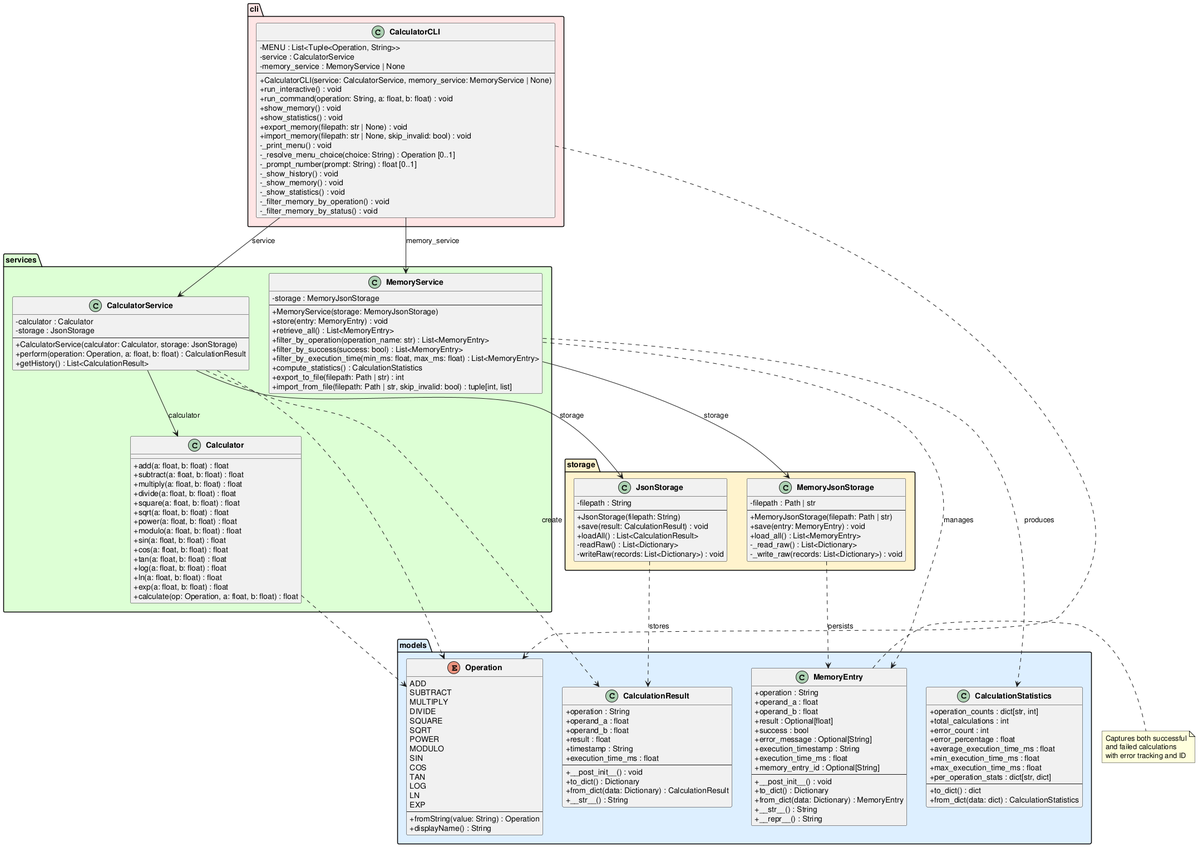
Above: experiments/pipeline/structured_text/calculator/artifacts/class_diagram.png in DanielRiha8906/Software_autoevolution_using_agents (PlantUML), before the change.
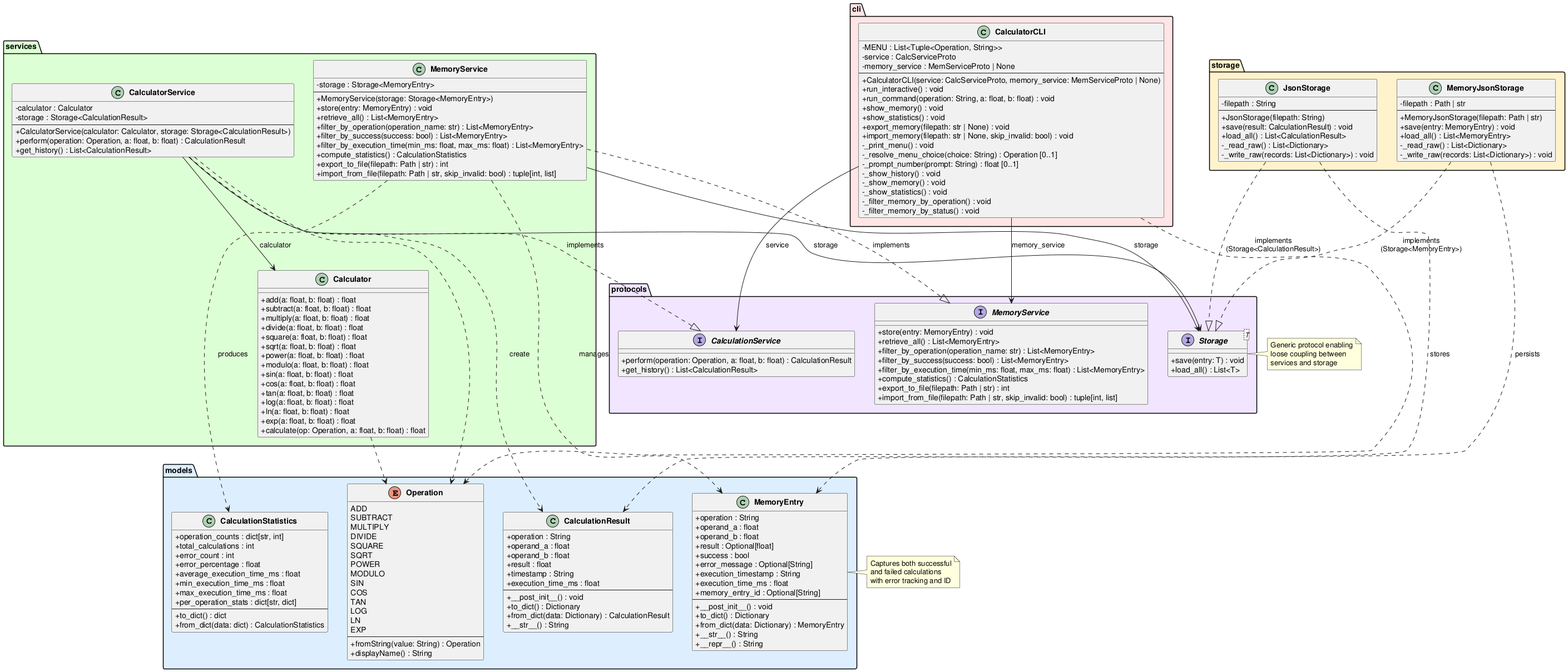
Later version of the same file.

The edit, as a diff of the source:
```diff
@@ -71,6 +71,29 @@
     }
 }
 
+package "protocols" #F0E5FF {
+    interface "Storage<T>" as StorageProto {
+        +save(entry: T) : void
+        +load_all() : List<T>
+    }
+
+    interface "CalculationService" as CalcServiceProto {
+        +perform(operation: Operation, a: float, b: float) : CalculationResult
+        +get_history() : List<CalculationResult>
+    }
+
+    interface "MemoryService" as MemServiceProto {
+        +store(entry: MemoryEntry) : void
+        +retrieve_all() : List<MemoryEntry>
+        +filter_by_operation(operation_name: str) : List<MemoryEntry>
+        +filter_by_success(success: bool) : List<MemoryEntry>
+        +filter_by_execution_time(min_ms: float, max_ms: float) : List<MemoryEntry>
+        +compute_statistics() : CalculationStatistics
+        +export_to_file(filepath: Path | str) : int
+        +import_from_file(filepath: Path | str, skip_invalid: bool) : tuple[int, list]
+    }
+}
+
 package "services" #DDFFD4 {
     class Calculator {
         +add(a: float, b: float) : float
@@ -92,17 +115,17 @@
 
     class CalculatorService {
         -calculator : Calculator
-        -storage : JsonStorage
+        -storage : Storage<CalculationResult>
         --
-        +CalculatorService(calculator: Calculator, storage: JsonStorage)
+        +CalculatorService(calculator: Calculator, storage: Storage<CalculationResult>)
         +perform(operation: Operation, a: float, b: float) : CalculationResult
-        +getHistory() : List<CalculationResult>
+        +get_history() : List<CalculationResult>
     }
 
     class MemoryService {
-        -storage : MemoryJsonStorage
+        -storage : Storage<MemoryEntry>
         --
-        +MemoryService(storage: MemoryJsonStorage)
+        +MemoryService(storage: Storage<MemoryEntry>)
         +store(entry: MemoryEntry) : void
         +retrieve_all() : List<MemoryEntry>
         +filter_by_operation(operation_name: str) : List<MemoryEntry>
@@ -120,9 +143,9 @@
         --
         +JsonStorage(filepath: String)
         +save(result: CalculationResult) : void
-        +loadAll() : List<CalculationResult>
-        -readRaw() : List<Dictionary>
-        -writeRaw(records: List<Dictionary>) : void
+        +load_all() : List<CalculationResult>
+        -_read_raw() : List<Dictionary>
+        -_write_raw(records: List<Dictionary>) : void
     }
 
     class MemoryJsonStorage {
@@ -139,10 +162,10 @@
 package "cli" #FFE5E5 {
     class CalculatorCLI {
         -MENU : List<Tuple<Operation, String>>
-        -service : CalculatorService
-        -memory_service : MemoryService | None
+        -service : CalcServiceProto
+        -memory_service : MemServiceProto | None
         --
-        +CalculatorCLI(service: CalculatorService, memory_service: MemoryService | None)
+        +CalculatorCLI(service: CalcServiceProto, memory_service: MemServiceProto | None)
         +run_interactive() : void
         +run_command(operation: String, a: float, b: float) : void
         +show_memory() : void
@@ -160,11 +183,18 @@
     }
 }
 
-CalculatorCLI --> CalculatorService : service
-CalculatorCLI --> MemoryService : memory_service
+CalculatorCLI --> CalcServiceProto : service
+CalculatorCLI --> MemServiceProto : memory_service
+
+CalculatorService ..|> CalcServiceProto : implements
+MemoryService ..|> MemServiceProto : implements
+
+JsonStorage ..|> StorageProto : implements\n(Storage<CalculationResult>)
+MemoryJsonStorage ..|> StorageProto : implements\n(Storage<MemoryEntry>)
+
 CalculatorService --> Calculator : calculator
-CalculatorService --> JsonStorage : storage
-MemoryService --> MemoryJsonStorage : storage
+CalculatorService --> StorageProto : storage
+MemoryService --> StorageProto : storage
 
 CalculatorService ..> CalculationResult : create
 CalculatorService ..> Operation
@@ -181,4 +211,10 @@
   with error tracking and ID
 end note
 
+note right of StorageProto
+  Generic protocol enabling
+  loose coupling between
+  services and storage
+end note
+
 @enduml
```
